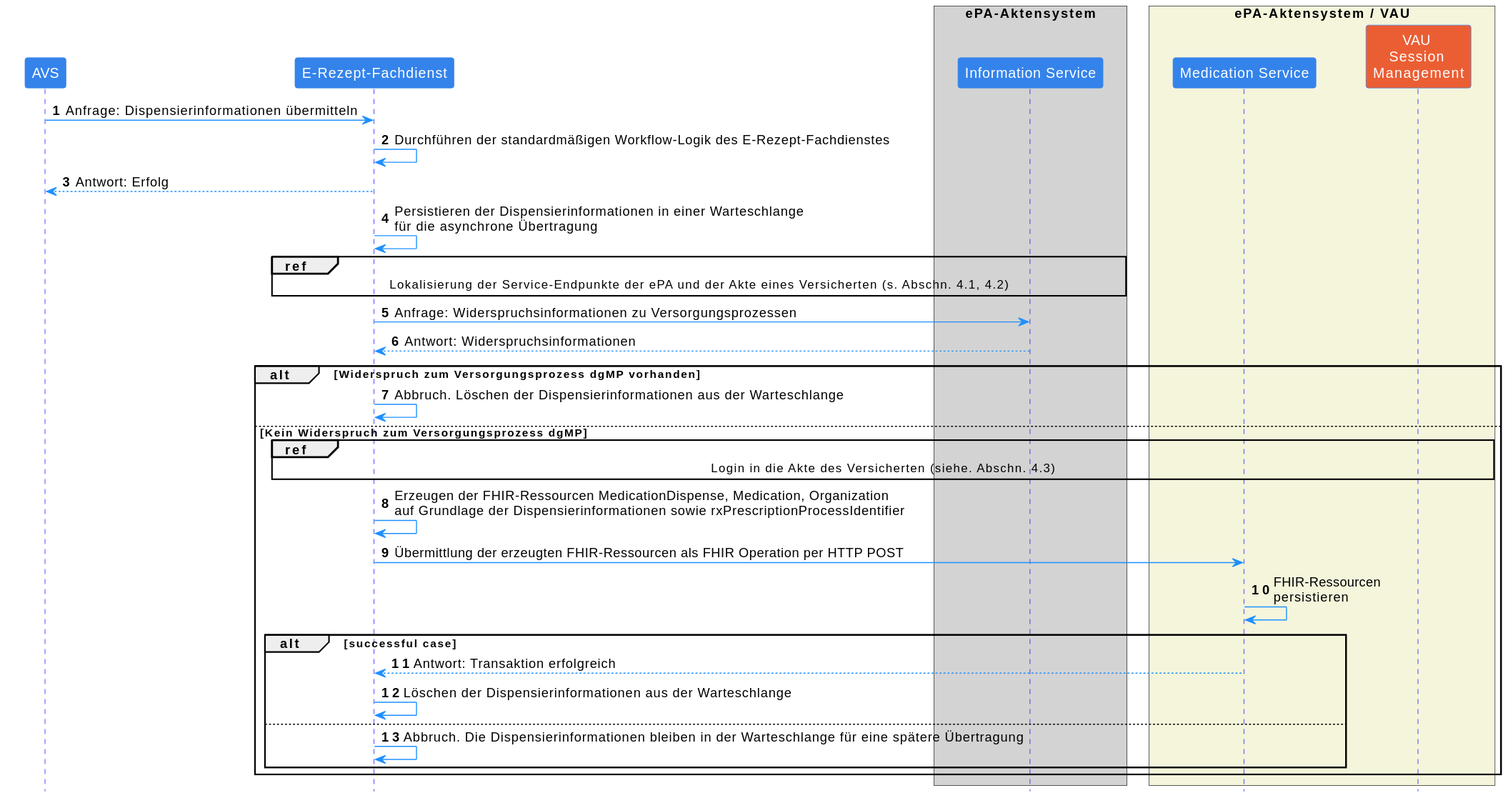
This is images/plantuml/medicationmanagement.dispense.svg from gematik/ePA-Medication, a PlantUML export, as it was before one commit.
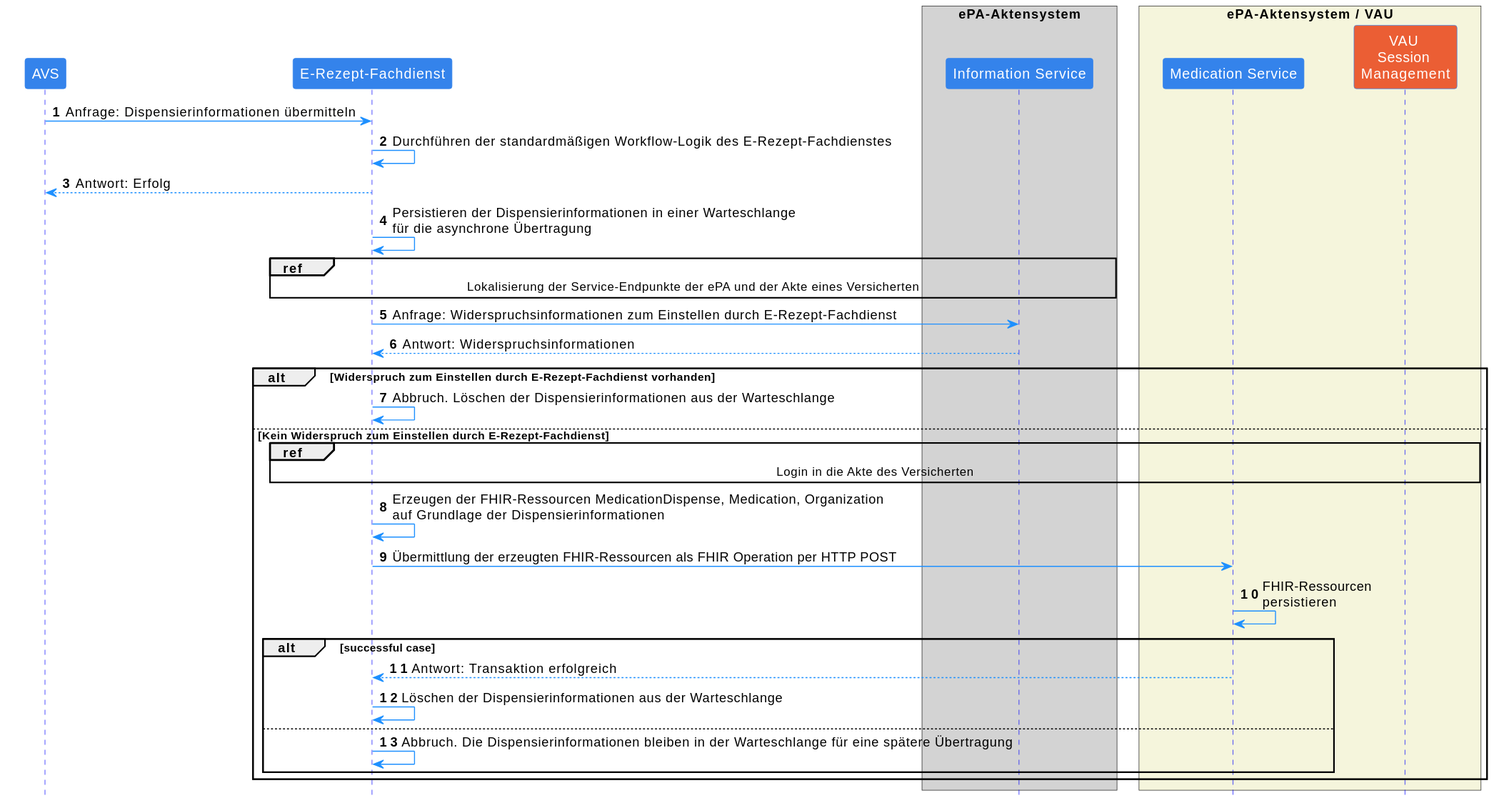
After the commit.

Change to the diagram source:
```diff
@@ -1,5 +1,4 @@
 @startuml
-
 skinparam Shadowing false
 skinparam ParticipantPadding 20
 skinparam BoxPadding 10
@@ -40,18 +39,18 @@
 
 ERFD -> ERFD: Persistieren der Dispensierinformationen in einer Warteschlange\nfür die asynchrone Übertragung
 
-ref over ERFD, IS: Lokalisierung der Service-Endpunkte der ePA und der Akte eines Versicherten (s. Abschn. 4.1, 4.2)
+ref over ERFD, IS: Lokalisierung der Service-Endpunkte der ePA und der Akte eines Versicherten
 
-ERFD -> IS: Anfrage: Widerspruchsinformationen zu Versorgungsprozessen
+ERFD -> IS: Anfrage: Widerspruchsinformationen zum Einstellen durch E-Rezept-Fachdienst
 IS --> ERFD: Antwort: Widerspruchsinformationen
 
-alt Widerspruch zum Versorgungsprozess dgMP vorhanden
+alt Widerspruch zum Einstellen durch E-Rezept-Fachdienst vorhanden
     ERFD -> ERFD: Abbruch. Löschen der Dispensierinformationen aus der Warteschlange
-else Kein Widerspruch zum Versorgungsprozess dgMP
+else Kein Widerspruch zum Einstellen durch E-Rezept-Fachdienst
 
-    ref over ERFD, VAU: Login in die Akte des Versicherten (siehe. Abschn. 4.3)
+    ref over ERFD, VAU: Login in die Akte des Versicherten
 
-    ERFD -> ERFD: Erzeugen der FHIR-Ressourcen MedicationDispense, Medication, Organization\nauf Grundlage der Dispensierinformationen sowie rxPrescriptionProcessIdentifier
+    ERFD -> ERFD: Erzeugen der FHIR-Ressourcen MedicationDispense, Medication, Organization\nauf Grundlage der Dispensierinformationen
     ERFD -> EPA: Übermittlung der erzeugten FHIR-Ressourcen als FHIR Operation per HTTP POST
     EPA -> EPA: FHIR-Ressourcen\npersistieren
 
@@ -63,5 +62,4 @@
     end
 
 end
-
 @enduml
```
